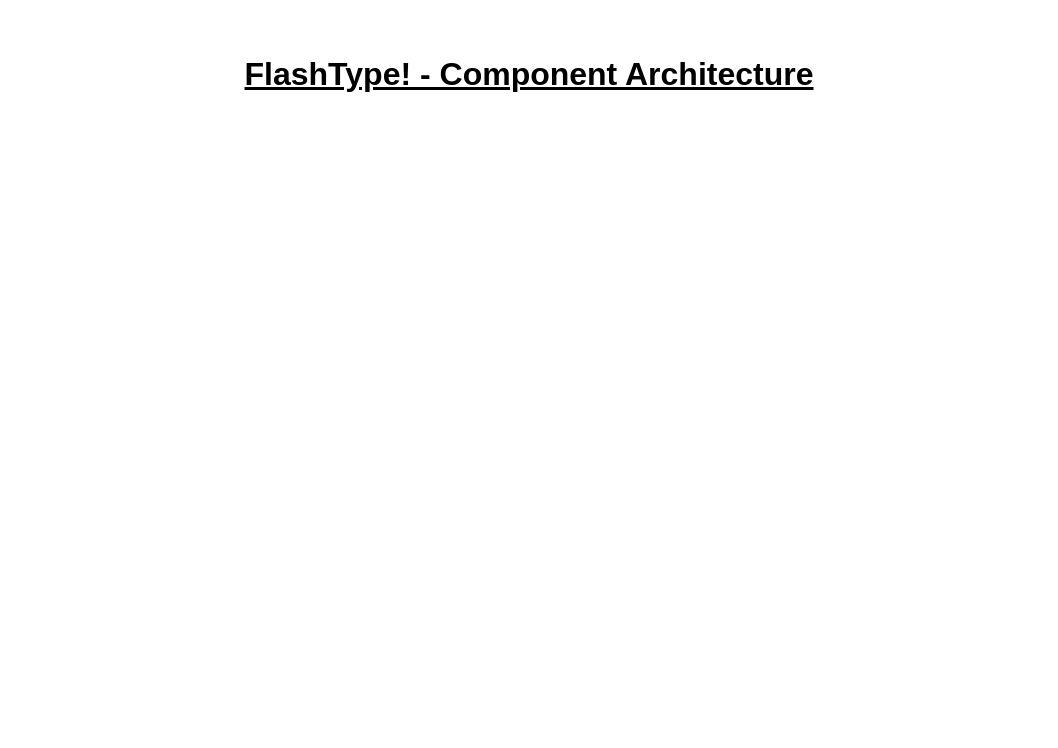
Earlier version of the draw.io diagram page "Page-4" (4 of 4) of 2/FlashType.drawio (TheLeanProgrammer/aam). Source tidied: cells renumbered, new cells numbered last; positions are measured from the earlier drawing's top-left corner, leaving out a move shared by most shapes. Both pictures are drawn from the tidied source at 100%, with x=0, y=0 at pixel (184, 39). Pictures stored in the file or linked from it are replaced by grey dashed boxes.
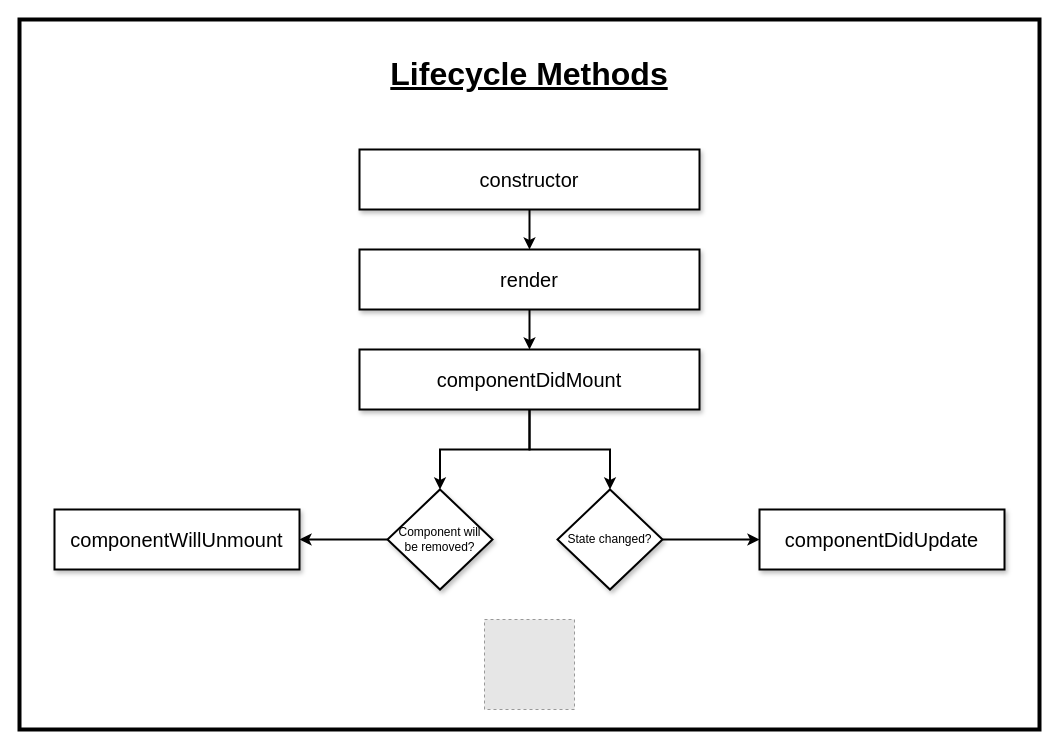
Above is the later version.

Commit message (it also covers changes not shown here):
Add lifecycle method and api

Diff of the diagram source:
```diff
@@
 <mxGraphModel>
   <root>
     <mxCell id="0" />
     <mxCell id="1" parent="0" />
-    <mxCell id="2" value="&lt;h1&gt;&lt;font size=&quot;1&quot;&gt;&lt;b style=&quot;font-size: 32px&quot;&gt;&lt;u&gt;FlashType! - Component Architecture&lt;/u&gt;&lt;/b&gt;&lt;/font&gt;&lt;/h1&gt;" style="text;html=1;strokeColor=none;fillColor=none;align=center;verticalAlign=middle;whiteSpace=wrap;rounded=0;" parent="1" vertex="1">
+    <mxCell id="2" value="&lt;h1&gt;&lt;font size=&quot;1&quot;&gt;&lt;b style=&quot;font-size: 32px&quot;&gt;&lt;u&gt;Lifecycle Methods&lt;/u&gt;&lt;/b&gt;&lt;/font&gt;&lt;/h1&gt;" style="text;html=1;strokeColor=none;fillColor=none;align=center;verticalAlign=middle;whiteSpace=wrap;rounded=0;" parent="1" vertex="1">
       <mxGeometry width="690" height="70" as="geometry" />
     </mxCell>
+    <mxCell id="3" style="fillColor=#E6E6E6;strokeColor=#999999;dashed=1;verticalLabelPosition=bottom;labelBackgroundColor=#ffffff;verticalAlign=top;" parent="1" vertex="1">
+      <mxGeometry x="300" y="580" width="90" height="90" as="geometry" />
+    </mxCell>
+    <mxCell id="4" style="edgeStyle=orthogonalEdgeStyle;rounded=0;jettySize=auto;html=1;entryX=0.5;entryY=0;entryDx=0;entryDy=0;strokeWidth=2;" parent="1" edge="1" source="5" target="7">
+      <mxGeometry relative="1" as="geometry" />
+    </mxCell>
+    <mxCell id="5" value="&lt;font style=&quot;font-size: 20px&quot;&gt;constructor&lt;/font&gt;" style="rounded=0;whiteSpace=wrap;html=1;strokeWidth=2;shadow=1;" parent="1" vertex="1">
+      <mxGeometry x="175" y="110" width="340" height="60" as="geometry" />
+    </mxCell>
+    <mxCell id="6" style="edgeStyle=orthogonalEdgeStyle;rounded=0;jettySize=auto;html=1;entryX=0.5;entryY=0;entryDx=0;entryDy=0;strokeWidth=2;" parent="1" edge="1" source="7" target="10">
+      <mxGeometry relative="1" as="geometry" />
+    </mxCell>
+    <mxCell id="7" value="&lt;font style=&quot;font-size: 20px&quot;&gt;render&lt;/font&gt;" style="rounded=0;whiteSpace=wrap;html=1;strokeWidth=2;shadow=1;" parent="1" vertex="1">
+      <mxGeometry x="175" y="210" width="340" height="60" as="geometry" />
+    </mxCell>
+    <mxCell id="8" style="edgeStyle=orthogonalEdgeStyle;rounded=0;jettySize=auto;html=1;entryX=0.5;entryY=0;entryDx=0;entryDy=0;strokeWidth=2;" parent="1" edge="1" source="10" target="13">
+      <mxGeometry relative="1" as="geometry" />
+    </mxCell>
+    <mxCell id="9" style="edgeStyle=orthogonalEdgeStyle;rounded=0;jettySize=auto;html=1;strokeWidth=2;" parent="1" edge="1" source="10" target="15">
+      <mxGeometry relative="1" as="geometry" />
+    </mxCell>
+    <mxCell id="10" value="&lt;font style=&quot;font-size: 20px&quot;&gt;componentDidMount&lt;/font&gt;" style="rounded=0;whiteSpace=wrap;html=1;strokeWidth=2;shadow=1;" parent="1" vertex="1">
+      <mxGeometry x="175" y="310" width="340" height="60" as="geometry" />
+    </mxCell>
+    <mxCell id="11" value="&lt;font style=&quot;font-size: 20px&quot;&gt;componentDidUpdate&lt;/font&gt;" style="rounded=0;whiteSpace=wrap;html=1;strokeWidth=2;shadow=1;" parent="1" vertex="1">
+      <mxGeometry x="575" y="470" width="245" height="60" as="geometry" />
+    </mxCell>
+    <mxCell id="12" style="edgeStyle=orthogonalEdgeStyle;rounded=0;jettySize=auto;html=1;entryX=0;entryY=0.5;entryDx=0;entryDy=0;strokeWidth=2;" parent="1" edge="1" source="13" target="11">
+      <mxGeometry relative="1" as="geometry" />
+    </mxCell>
+    <mxCell id="13" value="State changed?" style="rhombus;whiteSpace=wrap;html=1;shadow=1;strokeWidth=2;" parent="1" vertex="1">
+      <mxGeometry x="373" y="450" width="105" height="100" as="geometry" />
+    </mxCell>
+    <mxCell id="14" style="edgeStyle=orthogonalEdgeStyle;rounded=0;jettySize=auto;html=1;entryX=1;entryY=0.5;entryDx=0;entryDy=0;strokeWidth=2;" parent="1" edge="1" source="15" target="16">
+      <mxGeometry relative="1" as="geometry" />
+    </mxCell>
+    <mxCell id="15" value="Component will &lt;br&gt;be removed?" style="rhombus;whiteSpace=wrap;html=1;shadow=1;strokeWidth=2;" parent="1" vertex="1">
+      <mxGeometry x="203" y="450" width="105" height="100" as="geometry" />
+    </mxCell>
+    <mxCell id="16" value="&lt;font style=&quot;font-size: 20px&quot;&gt;componentWillUnmount&lt;/font&gt;" style="rounded=0;whiteSpace=wrap;html=1;strokeWidth=2;shadow=1;" parent="1" vertex="1">
+      <mxGeometry x="-130" y="470" width="245" height="60" as="geometry" />
+    </mxCell>
+    <mxCell id="17" style="rounded=0;whiteSpace=wrap;html=1;shadow=0;strokeWidth=4;fillColor=none;" parent="1" vertex="1">
+      <mxGeometry x="-165" y="-20" width="1020" height="710" as="geometry" />
+    </mxCell>
   </root>
 </mxGraphModel>
```
